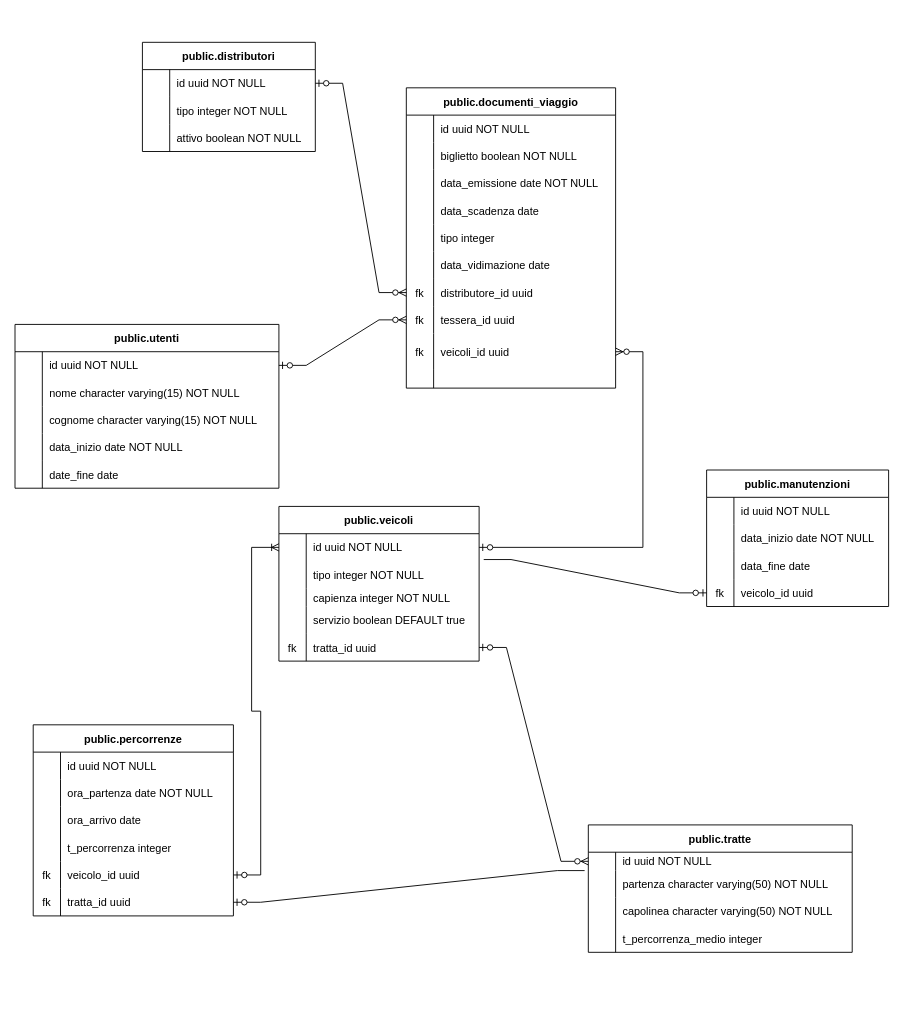
Before: ER.drawio in 12kpro/BE-U1-BW, a draw.io diagram. Source tidied: cells renumbered, new cells numbered last; positions are measured from the earlier drawing's top-left corner, leaving out a move shared by most shapes. Both pictures are drawn from the tidied source at 91%, with x=0, y=0 at pixel (15, 42).
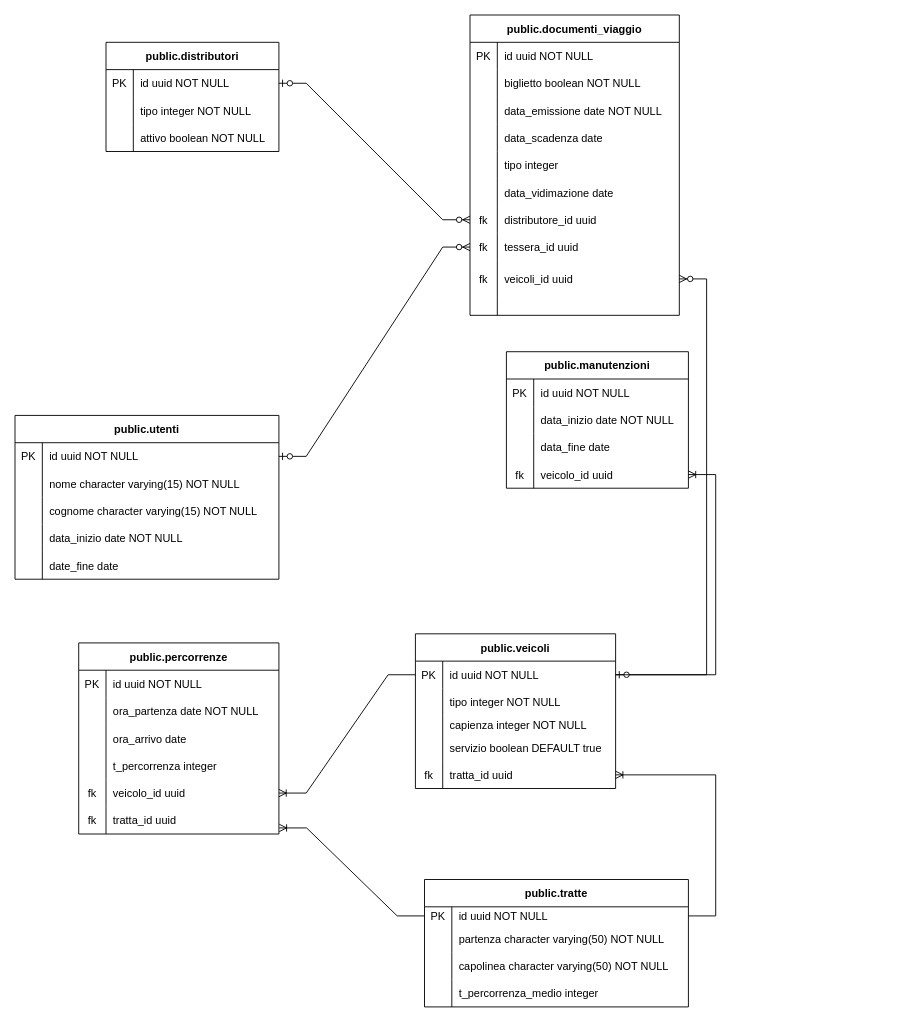
The same page after the edit.

Commit message (it also covers changes not shown here):
class UML base

Unchanged cells that the change refers to:
```xml
<mxCell id="3" style="shape=tableRow;horizontal=0;startSize=0;swimlaneHead=0;swimlaneBody=0;fillColor=none;points=[[0,0.5],[1,0.5]];portConstraint=eastwest;strokeColor=inherit;top=0;left=0;right=0;bottom=0;" parent="2" vertex="1">
  <mxGeometry y="30" width="190" height="30" as="geometry" />
</mxCell>
<mxCell id="13" style="shape=tableRow;horizontal=0;startSize=0;swimlaneHead=0;swimlaneBody=0;fillColor=none;strokeColor=inherit;top=0;left=0;right=0;bottom=0;" parent="12" vertex="1">
  <mxGeometry y="30" width="230" height="30" as="geometry" />
</mxCell>
<mxCell id="34" style="shape=tableRow;horizontal=0;startSize=0;swimlaneHead=0;swimlaneBody=0;fillColor=none;points=[[0,0.5],[1,0.5]];portConstraint=eastwest;strokeColor=inherit;top=0;left=0;right=0;bottom=0;" parent="12" vertex="1">
  <mxGeometry y="240" width="230" height="30" as="geometry" />
</mxCell>
<mxCell id="37" style="shape=tableRow;horizontal=0;startSize=0;swimlaneHead=0;swimlaneBody=0;fillColor=none;points=[[0,0.5],[1,0.5]];portConstraint=eastwest;strokeColor=inherit;top=0;left=0;right=0;bottom=0;" parent="12" vertex="1">
  <mxGeometry y="270" width="230" height="40" as="geometry" />
</mxCell>
<mxCell id="44" style="shape=tableRow;horizontal=0;startSize=0;swimlaneHead=0;swimlaneBody=0;fillColor=none;strokeColor=inherit;top=0;left=0;right=0;bottom=0;" parent="43" vertex="1">
  <mxGeometry y="30" width="200" height="30" as="geometry" />
</mxCell>
<mxCell id="53" style="shape=tableRow;horizontal=0;startSize=0;swimlaneHead=0;swimlaneBody=0;fillColor=none;points=[[0,0.5],[1,0.5]];portConstraint=eastwest;strokeColor=inherit;top=0;left=0;right=0;bottom=0;" parent="43" vertex="1">
  <mxGeometry y="120" width="200" height="30" as="geometry" />
</mxCell>
<mxCell id="57" style="shape=tableRow;horizontal=0;startSize=0;swimlaneHead=0;swimlaneBody=0;fillColor=none;strokeColor=inherit;top=0;left=0;right=0;bottom=0;" parent="56" vertex="1">
  <mxGeometry y="30" width="220" height="30" as="geometry" />
</mxCell>
<mxCell id="69" style="shape=tableRow;horizontal=0;startSize=0;swimlaneHead=0;swimlaneBody=0;fillColor=none;points=[[0,0.5],[1,0.5]];portConstraint=eastwest;strokeColor=inherit;top=0;left=0;right=0;bottom=0;" parent="56" vertex="1">
  <mxGeometry y="150" width="220" height="30" as="geometry" />
</mxCell>
<mxCell id="72" style="shape=tableRow;horizontal=0;startSize=0;swimlaneHead=0;swimlaneBody=0;fillColor=none;points=[[0,0.5],[1,0.5]];portConstraint=eastwest;strokeColor=inherit;top=0;left=0;right=0;bottom=0;" parent="56" vertex="1">
  <mxGeometry y="180" width="220" height="30" as="geometry" />
</mxCell>
<mxCell id="76" style="shape=tableRow;horizontal=0;startSize=0;swimlaneHead=0;swimlaneBody=0;fillColor=none;points=[[0,0.5],[1,0.5]];portConstraint=eastwest;strokeColor=inherit;top=0;left=0;right=0;bottom=0;" parent="75" vertex="1">
  <mxGeometry y="30" width="290" height="20" as="geometry" />
</mxCell>
<mxCell id="79" style="shape=tableRow;horizontal=0;startSize=0;swimlaneHead=0;swimlaneBody=0;fillColor=none;points=[[0,0.5],[1,0.5]];portConstraint=eastwest;strokeColor=inherit;top=0;left=0;right=0;bottom=0;" parent="75" vertex="1">
  <mxGeometry y="50" width="290" height="30" as="geometry" />
</mxCell>
<mxCell id="89" style="shape=tableRow;horizontal=0;startSize=0;swimlaneHead=0;swimlaneBody=0;fillColor=none;points=[[0,0.5],[1,0.5]];portConstraint=eastwest;strokeColor=inherit;top=0;left=0;right=0;bottom=0;" parent="88" vertex="1">
  <mxGeometry y="30" width="290" height="30" as="geometry" />
</mxCell>
<mxCell id="105" style="shape=tableRow;horizontal=0;startSize=0;swimlaneHead=0;swimlaneBody=0;fillColor=none;points=[[0,0.5],[1,0.5]];portConstraint=eastwest;strokeColor=inherit;top=0;left=0;right=0;bottom=0;" parent="104" vertex="1">
  <mxGeometry y="30" width="220" height="30" as="geometry" />
</mxCell>
<mxCell id="117" style="shape=tableRow;horizontal=0;startSize=0;swimlaneHead=0;swimlaneBody=0;fillColor=none;points=[[0,0.5],[1,0.5]];portConstraint=eastwest;strokeColor=inherit;top=0;left=0;right=0;bottom=0;" parent="104" vertex="1">
  <mxGeometry y="140" width="220" height="30" as="geometry" />
</mxCell>
```

Diff of the diagram source:
```diff
@@
     <mxCell id="2" value="public.distributori" style="shape=table;startSize=30;childLayout=tableLayout;rowLines=0;fontStyle=1;align=center;" parent="1" vertex="1">
-      <mxGeometry x="140" width="190" height="120" as="geometry" />
+      <mxGeometry x="100" width="190" height="120" as="geometry" />
     </mxCell>
@@
-    <mxCell id="4" style="shape=partialRectangle;overflow=hidden;fillColor=none;strokeColor=inherit;top=0;left=0;bottom=0;right=0;" parent="3" vertex="1">
+    <mxCell id="4" value="PK" style="shape=partialRectangle;overflow=hidden;fillColor=none;strokeColor=inherit;top=0;left=0;bottom=0;right=0;" parent="3" vertex="1">
       <mxGeometry width="30" height="30" as="geometry" />
     </mxCell>
@@
     <mxCell id="12" value="public.documenti_viaggio" style="shape=table;startSize=30;childLayout=tableLayout;rowLines=0;fontStyle=1;align=center;" parent="1" vertex="1">
-      <mxGeometry x="430" y="50" width="230" height="330" as="geometry" />
+      <mxGeometry x="500" y="-30" width="230" height="330" as="geometry" />
     </mxCell>
@@
-    <mxCell id="14" style="shape=partialRectangle;overflow=hidden;fillColor=none;strokeColor=inherit;top=0;left=0;bottom=0;right=0;" parent="13" vertex="1">
+    <mxCell id="14" value="PK" style="shape=partialRectangle;overflow=hidden;fillColor=none;strokeColor=inherit;top=0;left=0;bottom=0;right=0;" parent="13" vertex="1">
       <mxGeometry width="30" height="30" as="geometry" />
     </mxCell>
@@
     <mxCell id="43" value="public.manutenzioni" style="shape=table;startSize=30;childLayout=tableLayout;rowLines=0;fontStyle=1;align=center;" parent="1" vertex="1">
-      <mxGeometry x="760" y="470" width="200" height="150" as="geometry" />
+      <mxGeometry x="540" y="340" width="200" height="150" as="geometry" />
     </mxCell>
@@
-    <mxCell id="45" style="shape=partialRectangle;overflow=hidden;fillColor=none;strokeColor=inherit;top=0;left=0;bottom=0;right=0;" parent="44" vertex="1">
+    <mxCell id="45" value="PK" style="shape=partialRectangle;overflow=hidden;fillColor=none;strokeColor=inherit;top=0;left=0;bottom=0;right=0;" parent="44" vertex="1">
       <mxGeometry width="30" height="30" as="geometry" />
     </mxCell>
@@
     <mxCell id="56" value="public.percorrenze" style="shape=table;startSize=30;childLayout=tableLayout;rowLines=0;fontStyle=1;align=center;" parent="1" vertex="1">
-      <mxGeometry x="20" y="750" width="220" height="210" as="geometry" />
+      <mxGeometry x="70" y="660" width="220" height="210" as="geometry" />
     </mxCell>
@@
-    <mxCell id="58" style="shape=partialRectangle;overflow=hidden;fillColor=none;strokeColor=inherit;top=0;left=0;bottom=0;right=0;" parent="57" vertex="1">
+    <mxCell id="58" value="PK" style="shape=partialRectangle;overflow=hidden;fillColor=none;strokeColor=inherit;top=0;left=0;bottom=0;right=0;" parent="57" vertex="1">
       <mxGeometry width="30" height="30" as="geometry" />
     </mxCell>
@@
     <mxCell id="75" value="public.tratte" style="shape=table;startSize=30;childLayout=tableLayout;rowLines=0;fontStyle=1;align=center;" parent="1" vertex="1">
-      <mxGeometry x="630" y="860" width="290" height="140" as="geometry" />
+      <mxGeometry x="450" y="920" width="290" height="140" as="geometry" />
     </mxCell>
@@
-    <mxCell id="77" style="shape=partialRectangle;overflow=hidden;fillColor=none;strokeColor=inherit;top=0;left=0;bottom=0;right=0;" parent="76" vertex="1">
+    <mxCell id="77" value="PK" style="shape=partialRectangle;overflow=hidden;fillColor=none;strokeColor=inherit;top=0;left=0;bottom=0;right=0;" parent="76" vertex="1">
       <mxGeometry width="30" height="20" as="geometry" />
     </mxCell>
@@
     <mxCell id="88" value="public.utenti" style="shape=table;startSize=30;childLayout=tableLayout;rowLines=0;fontStyle=1;align=center;" parent="1" vertex="1">
-      <mxGeometry y="310" width="290" height="180" as="geometry" />
+      <mxGeometry y="410" width="290" height="180" as="geometry" />
     </mxCell>
@@
-    <mxCell id="90" style="shape=partialRectangle;overflow=hidden;fillColor=none;strokeColor=inherit;top=0;left=0;bottom=0;right=0;" parent="89" vertex="1">
+    <mxCell id="90" value="PK" style="shape=partialRectangle;overflow=hidden;fillColor=none;strokeColor=inherit;top=0;left=0;bottom=0;right=0;" parent="89" vertex="1">
       <mxGeometry width="30" height="30" as="geometry" />
     </mxCell>
@@
     <mxCell id="104" value="public.veicoli" style="shape=table;startSize=30;childLayout=tableLayout;rowLines=0;fontStyle=1;align=center;" parent="1" vertex="1">
-      <mxGeometry x="290" y="510" width="220" height="170" as="geometry" />
+      <mxGeometry x="440" y="650" width="220" height="170" as="geometry" />
     </mxCell>
@@
-    <mxCell id="106" style="shape=partialRectangle;overflow=hidden;fillColor=none;strokeColor=inherit;top=0;left=0;bottom=0;right=0;" parent="105" vertex="1">
+    <mxCell id="106" value="PK" style="shape=partialRectangle;overflow=hidden;fillColor=none;strokeColor=inherit;top=0;left=0;bottom=0;right=0;" parent="105" vertex="1">
       <mxGeometry width="30" height="30" as="geometry" />
     </mxCell>
@@
+    <mxCell id="123" style="edgeStyle=entityRelationEdgeStyle;fontSize=12;html=1;endArrow=ERzeroToMany;startArrow=ERzeroToOne;rounded=0;exitX=1;exitY=0.5;exitDx=0;exitDy=0;entryX=0;entryY=0.5;entryDx=0;entryDy=0;" parent="1" edge="1" source="89" target="34">
+      <mxGeometry relative="1" as="geometry" />
+    </mxCell>
+    <mxCell id="125" style="edgeStyle=entityRelationEdgeStyle;fontSize=12;html=1;endArrow=ERzeroToMany;startArrow=ERzeroToOne;rounded=0;exitX=1;exitY=0.5;exitDx=0;exitDy=0;" parent="1" edge="1" source="105" target="37">
+      <mxGeometry relative="1" as="geometry" />
+    </mxCell>
+    <mxCell id="127" style="edgeStyle=entityRelationEdgeStyle;fontSize=12;html=1;endArrow=ERoneToMany;rounded=0;entryX=1;entryY=0.5;entryDx=0;entryDy=0;" parent="1" edge="1" source="105" target="69">
+      <mxGeometry relative="1" as="geometry" />
+    </mxCell>
+    <mxCell id="128" style="edgeStyle=entityRelationEdgeStyle;fontSize=12;html=1;endArrow=ERoneToMany;rounded=0;entryX=1.002;entryY=0.777;entryDx=0;entryDy=0;entryPerimeter=0;" parent="1" edge="1" source="76" target="72">
+      <mxGeometry relative="1" as="geometry" />
+    </mxCell>
+    <mxCell id="129" style="edgeStyle=entityRelationEdgeStyle;fontSize=12;html=1;endArrow=ERoneToMany;rounded=0;entryX=1;entryY=0.5;entryDx=0;entryDy=0;" parent="1" edge="1" source="76" target="117">
+      <mxGeometry relative="1" as="geometry" />
+    </mxCell>
-    <mxCell id="121" style="edgeStyle=entityRelationEdgeStyle;fontSize=12;html=1;endArrow=ERzeroToOne;endFill=1;rounded=0;entryX=0;entryY=0.5;entryDx=0;entryDy=0;exitX=1.023;exitY=0.946;exitDx=0;exitDy=0;exitPerimeter=0;" parent="1" edge="1" source="105" target="53">
+    <mxCell id="121" style="edgeStyle=entityRelationEdgeStyle;fontSize=12;html=1;endArrow=ERoneToMany;rounded=0;" parent="1" edge="1" source="105" target="53">
       <mxGeometry relative="1" as="geometry" />
     </mxCell>
-    <mxCell id="122" style="edgeStyle=entityRelationEdgeStyle;fontSize=12;html=1;endArrow=ERoneToMany;startArrow=ERzeroToOne;rounded=0;exitX=1;exitY=0.5;exitDx=0;exitDy=0;entryX=0;entryY=0.5;entryDx=0;entryDy=0;" parent="1" edge="1" source="69" target="105">
-      <mxGeometry relative="1" as="geometry" />
-    </mxCell>
-    <mxCell id="123" style="edgeStyle=entityRelationEdgeStyle;fontSize=12;html=1;endArrow=ERzeroToMany;startArrow=ERzeroToOne;rounded=0;exitX=1;exitY=0.5;exitDx=0;exitDy=0;entryX=0;entryY=0.5;entryDx=0;entryDy=0;" parent="1" edge="1" source="89" target="34">
-      <mxGeometry relative="1" as="geometry" />
-    </mxCell>
-    <mxCell id="124" style="edgeStyle=entityRelationEdgeStyle;fontSize=12;html=1;endArrow=ERzeroToOne;endFill=1;rounded=0;entryX=1;entryY=0.5;entryDx=0;entryDy=0;exitX=-0.014;exitY=0.006;exitDx=0;exitDy=0;exitPerimeter=0;" parent="1" edge="1" source="79" target="72">
-      <mxGeometry relative="1" as="geometry" />
-    </mxCell>
-    <mxCell id="125" style="edgeStyle=entityRelationEdgeStyle;fontSize=12;html=1;endArrow=ERzeroToMany;startArrow=ERzeroToOne;rounded=0;exitX=1;exitY=0.5;exitDx=0;exitDy=0;" parent="1" edge="1" source="105" target="37">
-      <mxGeometry relative="1" as="geometry" />
-    </mxCell>
-    <mxCell id="126" style="edgeStyle=entityRelationEdgeStyle;fontSize=12;html=1;endArrow=ERzeroToMany;startArrow=ERzeroToOne;rounded=0;exitX=1;exitY=0.5;exitDx=0;exitDy=0;" parent="1" edge="1" source="117" target="76">
-      <mxGeometry relative="1" as="geometry" />
-    </mxCell>
```
